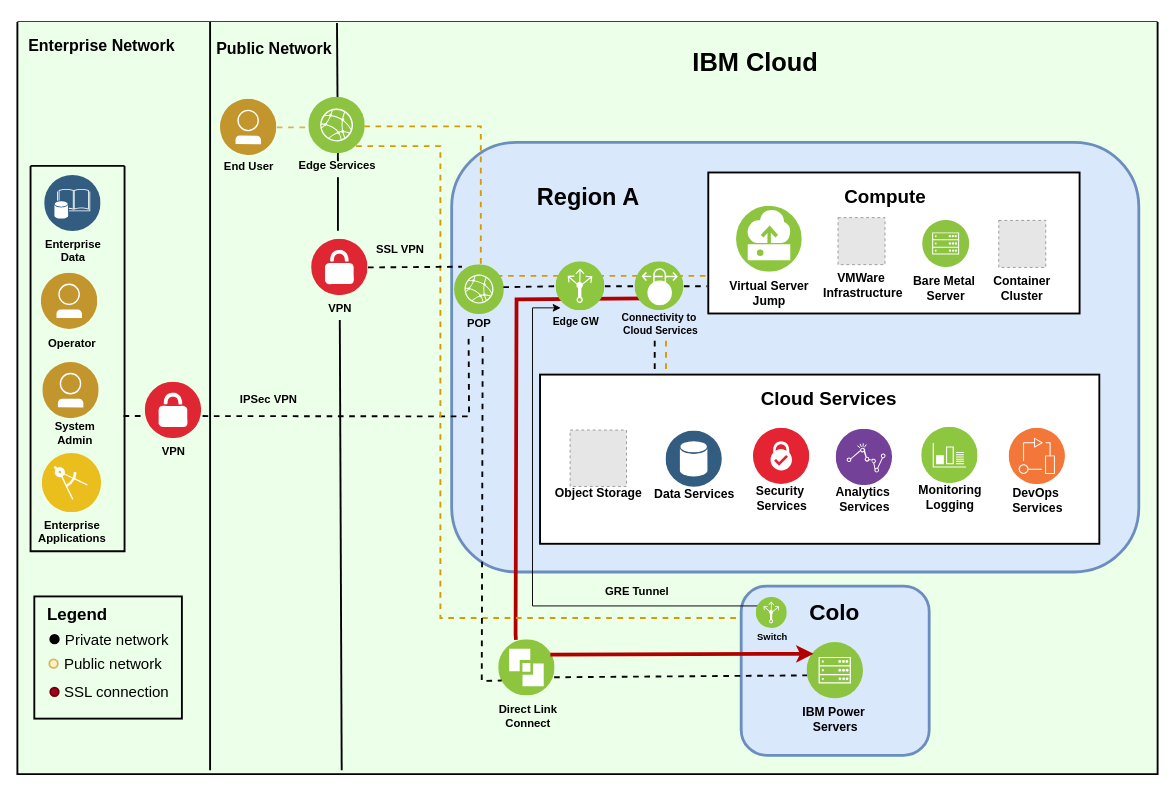
ibm-cloud-docs/power-iaas keeps this draw.io diagram as page "network-private-ipsec-gre" (2 of 7) of diagrams/power-iaas-diagram-enhanced.drawio. Above is the earlier version. Source tidied: cells renumbered, new cells numbered last; positions are measured from the earlier drawing's top-left corner, leaving out a move shared by most shapes. Both pictures are drawn from the tidied source at 94%, with x=0, y=0 at pixel (17, 22). Pictures stored in the file or linked from it are replaced by grey dashed boxes.
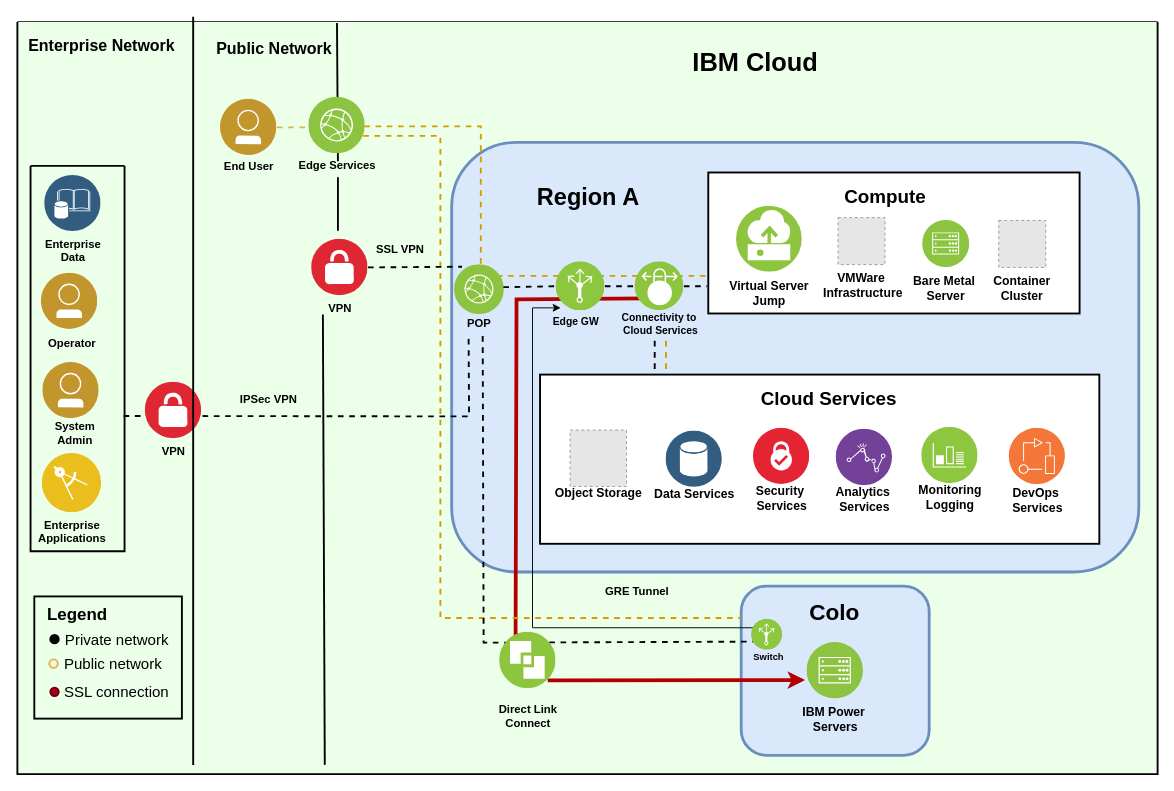
Above is the later version.

The change refers to these unchanged cells:
```xml
<mxCell id="2" style="swimlane;shadow=0;align=right;startSize=0;strokeWidth=2;fontStyle=1;fontSize=10;verticalAlign=top;spacingTop=-6;html=1;labelBackgroundColor=none;swimlaneLine=1;swimlaneFillColor=#EBFFE9;fillColor=#e51400;strokeColor=#000000;fontColor=#33FFFF;labelBorderColor=none;" parent="1" vertex="1">
  <mxGeometry width="1213" height="800" as="geometry" />
</mxCell>
<mxCell id="3" style="rounded=1;whiteSpace=wrap;html=1;labelBackgroundColor=none;fillColor=#dae8fc;fontSize=24;align=right;strokeColor=#6c8ebf;strokeWidth=3;" parent="2" vertex="1">
  <mxGeometry x="770" y="600" width="200" height="180" as="geometry" />
</mxCell>
<mxCell id="65" value="&lt;div&gt;Edge Services&lt;/div&gt;" style="perimeter=ellipsePerimeter;align=center;shadow=0;dashed=0;image;image=img/lib/ibm/infrastructure/edge_services.svg;labelBackgroundColor=none;strokeColor=#666666;strokeWidth=2;fillColor=#C2952D;gradientColor=none;fontSize=12;fontColor=#000000;spacingTop=-1;html=1;fontStyle=1;" parent="2" vertex="1">
  <mxGeometry x="310" y="80" width="60" height="60" as="geometry" />
</mxCell>
```

Change to the diagram source:
```diff
@@
     <mxCell id="55" style="edgeStyle=orthogonalEdgeStyle;rounded=0;jettySize=auto;html=1;startArrow=none;startFill=0;endArrow=none;endFill=0;strokeWidth=2;fontSize=11;fontColor=none;fillColor=#ffe6cc;strokeColor=#d79b00;dashed=1;" parent="2" edge="1" source="65" target="3">
       <mxGeometry relative="1" as="geometry">
         <Array as="points">
-          <mxPoint x="450" y="132" />
+          <mxPoint x="450" y="121" />
           <mxPoint x="450" y="634" />
         </Array>
       </mxGeometry>
     </mxCell>
-    <mxCell id="56" value="Direct Link&lt;br&gt;Connect&lt;br&gt;" style="perimeter=ellipsePerimeter;align=center;shadow=0;dashed=0;fontColor=none;labelBackgroundColor=none;fontSize=12;spacingTop=-4;image;image=img/lib/ibm/vpc/DirectLink.svg;fontStyle=1;html=1;noLabel=1;" parent="2" vertex="1">
-      <mxGeometry x="512" y="657" width="60" height="60" as="geometry" />
-    </mxCell>
-    <mxCell id="57" style="edgeStyle=none;rounded=0;orthogonalLoop=1;jettySize=auto;html=1;dashed=1;startArrow=none;startFill=0;endArrow=none;endFill=0;strokeWidth=2;fontSize=11;fontColor=none;" parent="2" edge="1">
-      <mxGeometry relative="1" as="geometry">
-        <mxPoint x="571" y="697" as="sourcePoint" />
-        <mxPoint x="840" y="695" as="targetPoint" />
-      </mxGeometry>
-    </mxCell>
@@
-    <mxCell id="63" style="edgeStyle=none;rounded=0;orthogonalLoop=1;jettySize=auto;html=1;endArrow=classic;endFill=1;strokeWidth=4;fontSize=12;fontColor=none;fillColor=#e51400;strokeColor=#B20000;" parent="2" edge="1">
+    <mxCell id="63" style="edgeStyle=none;rounded=0;jettySize=auto;html=1;endArrow=classic;endFill=1;strokeWidth=4;fontSize=12;fontColor=none;fillColor=#e51400;strokeColor=#B20000;exitX=1;exitY=1;exitDx=0;exitDy=0;" parent="2" edge="1" source="56">
       <mxGeometry relative="1" as="geometry">
-        <mxPoint x="567" y="673" as="sourcePoint" />
-        <mxPoint x="847" y="672" as="targetPoint" />
+        <mxPoint x="838" y="700" as="targetPoint" />
       </mxGeometry>
     </mxCell>
-    <mxCell id="64" style="edgeStyle=none;rounded=0;jettySize=auto;html=1;dashed=1;startArrow=none;startFill=0;endArrow=none;endFill=0;strokeWidth=2;fontSize=11;fontColor=none;entryX=0;entryY=0.75;entryDx=0;entryDy=0;" parent="2" edge="1" target="56">
+    <mxCell id="64" style="edgeStyle=none;rounded=0;jettySize=auto;html=1;dashed=1;startArrow=none;startFill=0;endArrow=none;endFill=0;strokeWidth=2;fontSize=11;fontColor=none;entryX=0;entryY=0.75;entryDx=0;entryDy=0;" parent="2" edge="1" target="70">
       <mxGeometry relative="1" as="geometry">
         <mxPoint x="495" y="334" as="sourcePoint" />
         <Array as="points">
-          <mxPoint x="494" y="701" />
+          <mxPoint x="496" y="660.2" />
         </Array>
       </mxGeometry>
     </mxCell>
@@
     <mxCell id="70" value="Switch" style="perimeter=ellipsePerimeter;align=center;shadow=0;dashed=0;fontColor=none;labelBackgroundColor=none;fontSize=12;spacingTop=-3;image;image=img/lib/ibm/infrastructure/load_balancing_routing.svg;fontStyle=1;labelBorderColor=none;spacing=0;verticalAlign=top;imageBackground=none;imageBorder=none;whiteSpace=wrap;html=1;noLabel=1;" parent="2" vertex="1">
-      <mxGeometry x="786" y="612" width="33" height="33" as="geometry" />
+      <mxGeometry x="781" y="635.2" width="33" height="33" as="geometry" />
     </mxCell>
     <mxCell id="71" value="Switch" style="text;html=1;align=center;verticalAlign=middle;fillColor=none;strokeColor=none;rounded=0;labelBackgroundColor=none;fontSize=10;fontColor=none;fontStyle=1;" parent="2" vertex="1">
-      <mxGeometry x="781.5" y="645" width="43" height="17" as="geometry" />
+      <mxGeometry x="777" y="666.2" width="43" height="17" as="geometry" />
     </mxCell>
@@
     <mxCell id="73" style="edgeStyle=none;rounded=0;orthogonalLoop=1;jettySize=auto;html=1;startArrow=none;startFill=0;endArrow=none;endFill=0;strokeWidth=2;fontSize=25;fontColor=none;" parent="1" edge="1">
       <mxGeometry relative="1" as="geometry">
-        <mxPoint x="205" as="sourcePoint" />
-        <mxPoint x="205" y="796" as="targetPoint" />
+        <mxPoint x="187" y="-5.8" as="sourcePoint" />
+        <mxPoint x="187" y="790.2" as="targetPoint" />
       </mxGeometry>
     </mxCell>
     <mxCell id="74" style="endArrow=none;html=1;strokeWidth=2;fontSize=12;fontColor=none;" parent="1" edge="1">
       <mxGeometry relative="1" as="geometry">
-        <mxPoint x="345" y="796" as="sourcePoint" />
-        <mxPoint x="343" y="317" as="targetPoint" />
+        <mxPoint x="327" y="790.2" as="sourcePoint" />
+        <mxPoint x="325" y="311.2" as="targetPoint" />
       </mxGeometry>
     </mxCell>
+    <mxCell id="75" parent="0" />
+    <mxCell id="56" value="Direct Link&lt;br&gt;Connect&lt;br&gt;" style="perimeter=ellipsePerimeter;align=center;shadow=0;dashed=0;fontColor=none;labelBackgroundColor=none;fontSize=12;spacingTop=-4;image;image=img/lib/ibm/vpc/DirectLink.svg;fontStyle=1;html=1;noLabel=1;" parent="75" vertex="1">
+      <mxGeometry x="513" y="649" width="60" height="60" as="geometry" />
+    </mxCell>
```
